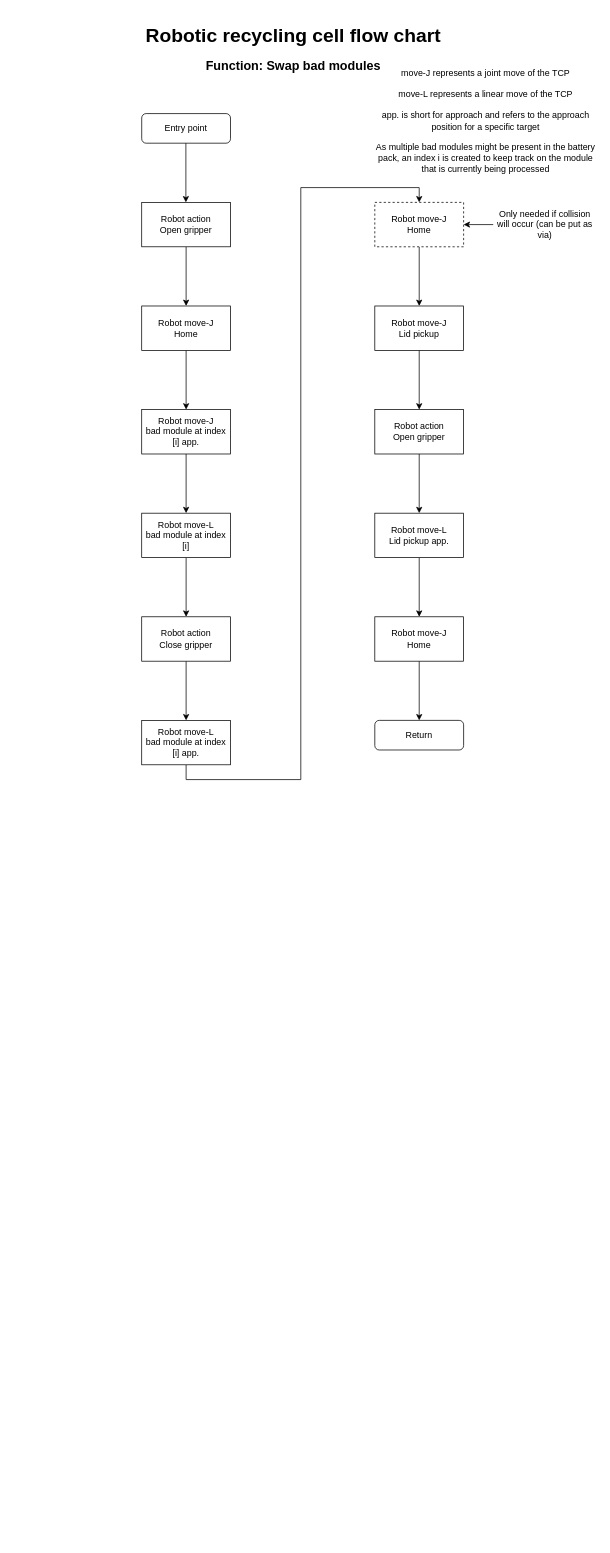
Earlier version of the draw.io diagram page "Swap bad modules" (6 of 7) of diagrams/flow_charts/Robotic_recycling_cell_high_level_flow_chart.drawio (Sanu546/P2). Source tidied: cells renumbered, new cells numbered last; positions are measured from the earlier drawing's top-left corner, leaving out a move shared by most shapes. Both pictures are drawn from the tidied source at 74%, with x=0, y=0 at pixel (69, 24).
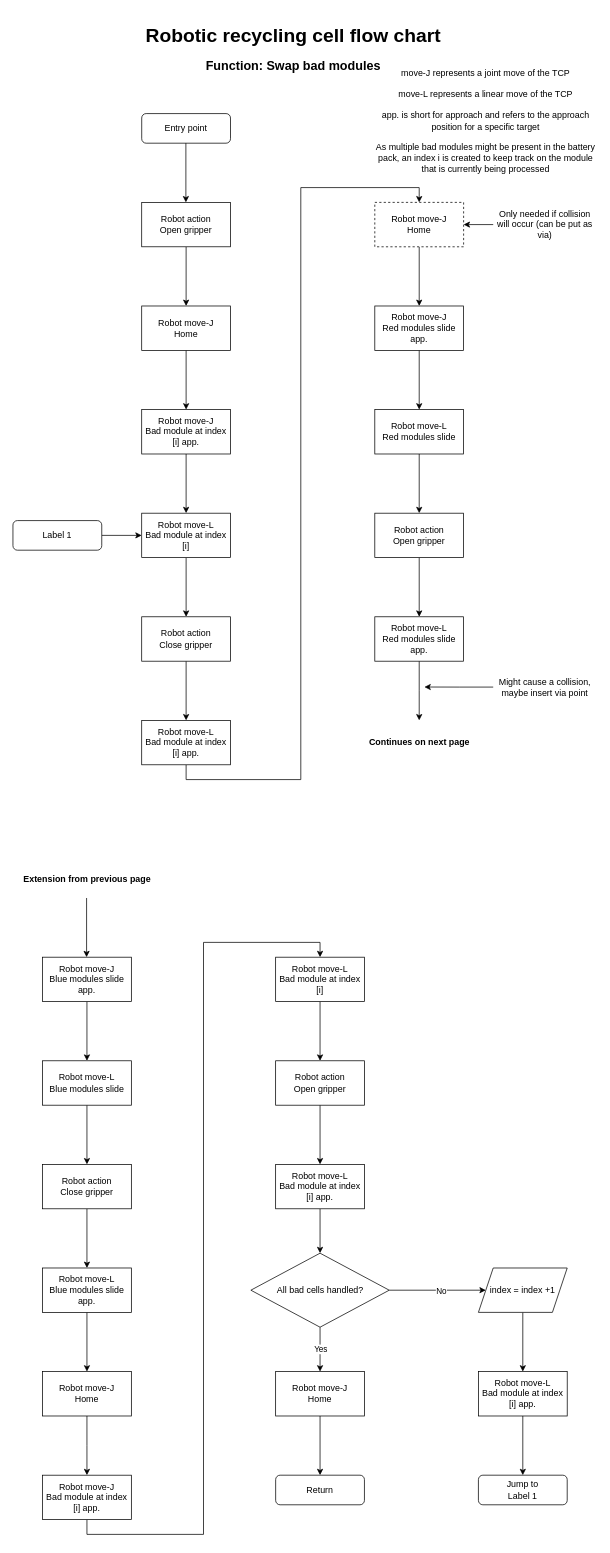
The same diagram, later.

What changed in the source:
```diff
@@
-    <mxCell id="10" value="Robot move-J&lt;div&gt;bad module at index [i] app.&lt;/div&gt;" style="rounded=0;whiteSpace=wrap;html=1;" parent="1" vertex="1">
+    <mxCell id="10" value="Robot move-J&lt;div&gt;Bad module at index [i] app.&lt;/div&gt;" style="rounded=0;whiteSpace=wrap;html=1;" parent="1" vertex="1">
       <mxGeometry x="98" y="520" width="120" height="60" as="geometry" />
     </mxCell>
@@
-    <mxCell id="12" value="Robot move-L&lt;div&gt;bad module at index [i]&lt;/div&gt;" style="rounded=0;whiteSpace=wrap;html=1;" parent="1" vertex="1">
+    <mxCell id="12" value="Robot move-L&lt;div&gt;Bad module at index [i]&lt;/div&gt;" style="rounded=0;whiteSpace=wrap;html=1;" parent="1" vertex="1">
       <mxGeometry x="98" y="660" width="120" height="60" as="geometry" />
     </mxCell>
@@
-    <mxCell id="16" value="Robot move-L&lt;div&gt;bad module at index [i] app.&lt;/div&gt;" style="rounded=0;whiteSpace=wrap;html=1;" parent="1" vertex="1">
+    <mxCell id="16" value="Robot move-L&lt;div&gt;Bad module at index [i] app.&lt;/div&gt;" style="rounded=0;whiteSpace=wrap;html=1;" parent="1" vertex="1">
       <mxGeometry x="98" y="940" width="120" height="60" as="geometry" />
     </mxCell>
@@
-    <mxCell id="20" value="Robot move-J&lt;div&gt;Lid pickup&lt;/div&gt;" style="rounded=0;whiteSpace=wrap;html=1;" parent="1" vertex="1">
+    <mxCell id="20" value="Robot move-J&lt;div&gt;Red modules slide app.&lt;/div&gt;" style="rounded=0;whiteSpace=wrap;html=1;" parent="1" vertex="1">
       <mxGeometry x="413" y="380" width="120" height="60" as="geometry" />
     </mxCell>
@@
-    <mxCell id="22" value="Robot action&lt;div&gt;Open gripper&lt;/div&gt;" style="rounded=0;whiteSpace=wrap;html=1;" parent="1" vertex="1">
+    <mxCell id="22" value="Robot move-L&lt;div&gt;Red modules slide&lt;/div&gt;" style="rounded=0;whiteSpace=wrap;html=1;" parent="1" vertex="1">
       <mxGeometry x="413" y="520" width="120" height="60" as="geometry" />
     </mxCell>
@@
-    <mxCell id="24" value="Robot move-L&lt;div&gt;Lid pickup app.&lt;/div&gt;" style="rounded=0;whiteSpace=wrap;html=1;" parent="1" vertex="1">
+    <mxCell id="24" value="Robot action&lt;div&gt;Open gripper&lt;/div&gt;" style="rounded=0;whiteSpace=wrap;html=1;" parent="1" vertex="1">
       <mxGeometry x="413" y="660" width="120" height="60" as="geometry" />
     </mxCell>
-    <mxCell id="25" style="edgeStyle=orthogonalEdgeStyle;rounded=0;jettySize=auto;html=1;" parent="1" edge="1" source="26" target="27">
-      <mxGeometry relative="1" as="geometry" />
-    </mxCell>
+    <mxCell id="32" style="edgeStyle=orthogonalEdgeStyle;rounded=0;jettySize=auto;html=1;" parent="1" edge="1" source="26">
+      <mxGeometry relative="1" as="geometry">
+        <mxPoint x="473" y="940" as="targetPoint" />
+      </mxGeometry>
+    </mxCell>
-    <mxCell id="26" value="Robot move-J&lt;div&gt;Home&lt;/div&gt;" style="rounded=0;whiteSpace=wrap;html=1;" parent="1" vertex="1">
+    <mxCell id="26" value="Robot move-L&lt;div&gt;Red modules slide app.&lt;/div&gt;" style="rounded=0;whiteSpace=wrap;html=1;" parent="1" vertex="1">
       <mxGeometry x="413" y="800" width="120" height="60" as="geometry" />
     </mxCell>
-    <mxCell id="27" value="Return" style="rounded=1;whiteSpace=wrap;html=1;fontSize=12;glass=0;strokeWidth=1;shadow=0;" parent="1" vertex="1">
-      <mxGeometry x="413" y="940" width="120" height="40" as="geometry" />
-    </mxCell>
@@
+    <mxCell id="33" style="edgeStyle=orthogonalEdgeStyle;rounded=0;jettySize=auto;html=1;exitX=0;exitY=0.5;exitDx=0;exitDy=0;" parent="1" edge="1" source="34">
+      <mxGeometry relative="1" as="geometry">
+        <mxPoint x="480" y="894.9" as="targetPoint" />
+      </mxGeometry>
+    </mxCell>
+    <mxCell id="34" value="Might cause a collision, maybe insert via point" style="text;html=1;align=center;verticalAlign=middle;whiteSpace=wrap;rounded=0;" parent="1" vertex="1">
+      <mxGeometry x="573" y="880" width="140" height="30" as="geometry" />
+    </mxCell>
+    <mxCell id="35" style="edgeStyle=orthogonalEdgeStyle;rounded=0;jettySize=auto;html=1;" parent="1" edge="1" source="36" target="38">
+      <mxGeometry relative="1" as="geometry" />
+    </mxCell>
+    <mxCell id="36" value="Robot move-J&lt;div&gt;Blue modules slide app.&lt;/div&gt;" style="rounded=0;whiteSpace=wrap;html=1;" parent="1" vertex="1">
+      <mxGeometry x="-36" y="1260" width="120" height="60" as="geometry" />
+    </mxCell>
+    <mxCell id="37" style="edgeStyle=orthogonalEdgeStyle;rounded=0;jettySize=auto;html=1;" parent="1" edge="1" source="38" target="43">
+      <mxGeometry relative="1" as="geometry" />
+    </mxCell>
+    <mxCell id="38" value="Robot move-L&lt;div&gt;Blue modules slide&lt;/div&gt;" style="rounded=0;whiteSpace=wrap;html=1;" parent="1" vertex="1">
+      <mxGeometry x="-36" y="1400" width="120" height="60" as="geometry" />
+    </mxCell>
+    <mxCell id="39" value="&lt;b&gt;Continues on next page&lt;/b&gt;" style="text;html=1;align=center;verticalAlign=middle;strokeColor=none;fillColor=none;" parent="1" vertex="1">
+      <mxGeometry x="393" y="955" width="160" height="30" as="geometry" />
+    </mxCell>
+    <mxCell id="40" style="edgeStyle=orthogonalEdgeStyle;rounded=0;orthogonalLoop=1;jettySize=auto;html=1;" parent="1" edge="1">
+      <mxGeometry relative="1" as="geometry">
+        <mxPoint x="23.5" y="1180" as="sourcePoint" />
+        <mxPoint x="23.5" y="1260" as="targetPoint" />
+      </mxGeometry>
+    </mxCell>
+    <mxCell id="41" value="&lt;b&gt;Extension from previous page&lt;/b&gt;" style="text;html=1;align=center;verticalAlign=middle;strokeColor=none;fillColor=none;" parent="1" vertex="1">
+      <mxGeometry x="-76" y="1140" width="200" height="30" as="geometry" />
+    </mxCell>
+    <mxCell id="42" style="edgeStyle=orthogonalEdgeStyle;rounded=0;jettySize=auto;html=1;" parent="1" edge="1" source="43" target="45">
+      <mxGeometry relative="1" as="geometry" />
+    </mxCell>
+    <mxCell id="43" value="Robot action&lt;div&gt;Close gripper&lt;/div&gt;" style="rounded=0;whiteSpace=wrap;html=1;" parent="1" vertex="1">
+      <mxGeometry x="-36" y="1540" width="120" height="60" as="geometry" />
+    </mxCell>
+    <mxCell id="44" style="edgeStyle=orthogonalEdgeStyle;rounded=0;jettySize=auto;html=1;" parent="1" edge="1" source="45" target="47">
+      <mxGeometry relative="1" as="geometry" />
+    </mxCell>
+    <mxCell id="45" value="Robot move-L&lt;div&gt;Blue modules slide app.&lt;/div&gt;" style="rounded=0;whiteSpace=wrap;html=1;" parent="1" vertex="1">
+      <mxGeometry x="-36" y="1680" width="120" height="60" as="geometry" />
+    </mxCell>
+    <mxCell id="46" style="edgeStyle=orthogonalEdgeStyle;rounded=0;jettySize=auto;html=1;" parent="1" edge="1" source="47">
+      <mxGeometry relative="1" as="geometry">
+        <mxPoint x="24" y="1960" as="targetPoint" />
+      </mxGeometry>
+    </mxCell>
+    <mxCell id="47" value="Robot move-J&lt;div&gt;Home&lt;/div&gt;" style="rounded=0;whiteSpace=wrap;html=1;" parent="1" vertex="1">
+      <mxGeometry x="-36" y="1820" width="120" height="60" as="geometry" />
+    </mxCell>
+    <mxCell id="48" style="edgeStyle=orthogonalEdgeStyle;rounded=0;jettySize=auto;html=1;" parent="1" edge="1" source="49" target="51">
+      <mxGeometry relative="1" as="geometry" />
+    </mxCell>
+    <mxCell id="49" value="Robot move-L&lt;div&gt;Bad module at index [i]&lt;/div&gt;" style="rounded=0;whiteSpace=wrap;html=1;" parent="1" vertex="1">
+      <mxGeometry x="279" y="1260" width="120" height="60" as="geometry" />
+    </mxCell>
+    <mxCell id="50" style="edgeStyle=orthogonalEdgeStyle;rounded=0;jettySize=auto;html=1;" parent="1" edge="1" source="51" target="53">
+      <mxGeometry relative="1" as="geometry" />
+    </mxCell>
+    <mxCell id="51" value="Robot action&lt;div&gt;Open gripper&lt;/div&gt;" style="rounded=0;whiteSpace=wrap;html=1;" parent="1" vertex="1">
+      <mxGeometry x="279" y="1400" width="120" height="60" as="geometry" />
+    </mxCell>
+    <mxCell id="52" style="edgeStyle=orthogonalEdgeStyle;rounded=0;jettySize=auto;html=1;exitX=0.5;exitY=1;exitDx=0;exitDy=0;entryX=0.5;entryY=0;entryDx=0;entryDy=0;" parent="1" edge="1" source="53" target="62">
+      <mxGeometry relative="1" as="geometry" />
+    </mxCell>
+    <mxCell id="53" value="Robot move-L&lt;div&gt;Bad module at index [i] app.&lt;/div&gt;" style="rounded=0;whiteSpace=wrap;html=1;" parent="1" vertex="1">
+      <mxGeometry x="279" y="1540" width="120" height="60" as="geometry" />
+    </mxCell>
+    <mxCell id="54" style="edgeStyle=orthogonalEdgeStyle;rounded=0;jettySize=auto;html=1;exitX=0.5;exitY=1;exitDx=0;exitDy=0;entryX=0.5;entryY=0;entryDx=0;entryDy=0;" parent="1" edge="1" source="55" target="49">
+      <mxGeometry relative="1" as="geometry" />
+    </mxCell>
+    <mxCell id="55" value="Robot move-J&lt;div&gt;Bad module at index [i] app.&lt;/div&gt;" style="rounded=0;whiteSpace=wrap;html=1;" parent="1" vertex="1">
+      <mxGeometry x="-36" y="1960" width="120" height="60" as="geometry" />
+    </mxCell>
+    <mxCell id="56" style="edgeStyle=orthogonalEdgeStyle;rounded=0;jettySize=auto;html=1;exitX=0.5;exitY=1;exitDx=0;exitDy=0;entryX=0.5;entryY=0;entryDx=0;entryDy=0;" parent="1" edge="1" source="57" target="27">
+      <mxGeometry relative="1" as="geometry" />
+    </mxCell>
+    <mxCell id="57" value="Robot move-J&lt;div&gt;Home&lt;/div&gt;" style="rounded=0;whiteSpace=wrap;html=1;" parent="1" vertex="1">
+      <mxGeometry x="279" y="1820" width="120" height="60" as="geometry" />
+    </mxCell>
+    <mxCell id="27" value="Return" style="rounded=1;whiteSpace=wrap;html=1;fontSize=12;glass=0;strokeWidth=1;shadow=0;" parent="1" vertex="1">
+      <mxGeometry x="279" y="1960" width="120" height="40" as="geometry" />
+    </mxCell>
+    <mxCell id="58" style="edgeStyle=orthogonalEdgeStyle;rounded=0;jettySize=auto;html=1;exitX=0.5;exitY=1;exitDx=0;exitDy=0;entryX=0.5;entryY=0;entryDx=0;entryDy=0;" parent="1" edge="1" source="62" target="57">
+      <mxGeometry relative="1" as="geometry" />
+    </mxCell>
+    <mxCell id="59" value="Yes" style="edgeLabel;html=1;align=center;verticalAlign=middle;" parent="58" vertex="1">
+      <mxGeometry x="-0.03" y="1" relative="1" as="geometry">
+        <mxPoint x="-1" as="offset" />
+      </mxGeometry>
+    </mxCell>
+    <mxCell id="60" style="edgeStyle=orthogonalEdgeStyle;rounded=0;jettySize=auto;html=1;exitX=1;exitY=0.5;exitDx=0;exitDy=0;" parent="1" edge="1" source="62" target="66">
+      <mxGeometry relative="1" as="geometry" />
+    </mxCell>
+    <mxCell id="61" value="No" style="edgeLabel;html=1;align=center;verticalAlign=middle;" parent="60" vertex="1">
+      <mxGeometry x="0.08" y="-1" relative="1" as="geometry">
+        <mxPoint y="-1" as="offset" />
+      </mxGeometry>
+    </mxCell>
+    <mxCell id="62" value="All bad cells handled?" style="rhombus;whiteSpace=wrap;html=1;" parent="1" vertex="1">
+      <mxGeometry x="245.5" y="1660" width="187" height="100" as="geometry" />
+    </mxCell>
+    <mxCell id="63" style="edgeStyle=orthogonalEdgeStyle;rounded=0;jettySize=auto;html=1;exitX=0.5;exitY=1;exitDx=0;exitDy=0;entryX=0.5;entryY=0;entryDx=0;entryDy=0;" parent="1" edge="1" source="64" target="67">
+      <mxGeometry relative="1" as="geometry" />
+    </mxCell>
+    <mxCell id="64" value="Robot move-L&lt;div&gt;Bad module at index [i] app.&lt;/div&gt;" style="rounded=0;whiteSpace=wrap;html=1;" parent="1" vertex="1">
+      <mxGeometry x="553" y="1820" width="120" height="60" as="geometry" />
+    </mxCell>
+    <mxCell id="65" style="edgeStyle=orthogonalEdgeStyle;rounded=0;jettySize=auto;html=1;exitX=0.5;exitY=1;exitDx=0;exitDy=0;entryX=0.5;entryY=0;entryDx=0;entryDy=0;" parent="1" edge="1" source="66" target="64">
+      <mxGeometry relative="1" as="geometry" />
+    </mxCell>
+    <mxCell id="66" value="index = index +1" style="shape=parallelogram;perimeter=parallelogramPerimeter;whiteSpace=wrap;html=1;fixedSize=1;" parent="1" vertex="1">
+      <mxGeometry x="553" y="1680" width="120" height="60" as="geometry" />
+    </mxCell>
+    <mxCell id="67" value="Jump to&lt;div&gt;Label 1&lt;/div&gt;" style="rounded=1;whiteSpace=wrap;html=1;fontSize=12;glass=0;strokeWidth=1;shadow=0;" parent="1" vertex="1">
+      <mxGeometry x="553" y="1960" width="120" height="40" as="geometry" />
+    </mxCell>
+    <mxCell id="68" style="edgeStyle=orthogonalEdgeStyle;rounded=0;jettySize=auto;html=1;exitX=1;exitY=0.5;exitDx=0;exitDy=0;entryX=0;entryY=0.5;entryDx=0;entryDy=0;" parent="1" edge="1" source="69" target="12">
+      <mxGeometry relative="1" as="geometry" />
+    </mxCell>
+    <mxCell id="69" value="Label 1" style="rounded=1;whiteSpace=wrap;html=1;fontSize=12;glass=0;strokeWidth=1;shadow=0;" parent="1" vertex="1">
+      <mxGeometry x="-76" y="670" width="120" height="40" as="geometry" />
+    </mxCell>
```
